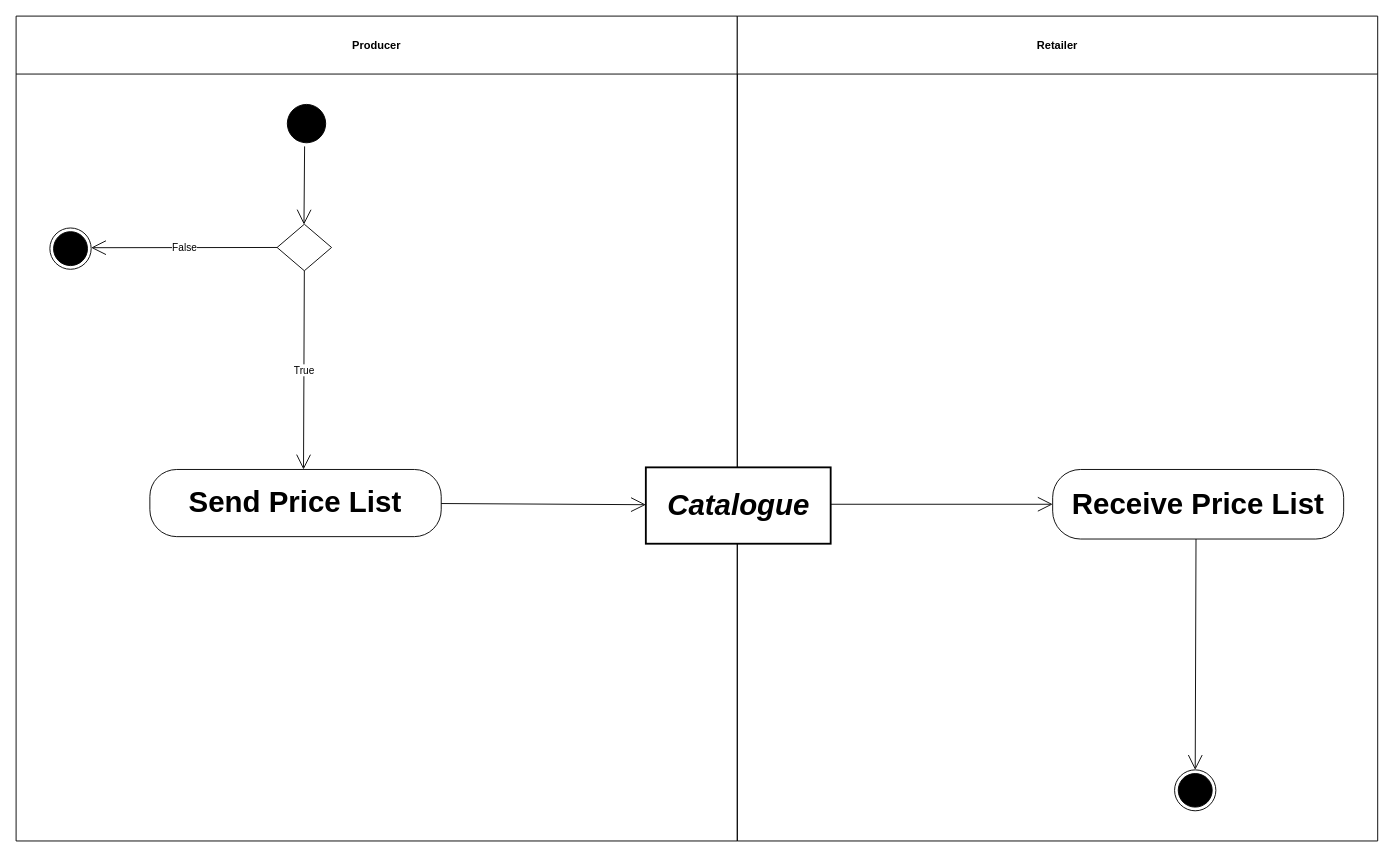
The draw.io diagram diagrams/UBL-2.2-VMI-PriceAdjustment/UBL-2.2-VMI-PriceAdjustment.drawio in kduvekot/ubl-work-on-svg-images, before the edit. Source tidied: cells renumbered, new cells numbered last; positions are measured from the earlier drawing's top-left corner, leaving out a move shared by most shapes. Both pictures are drawn from the tidied source at 92%, with x=0, y=0 at pixel (16, 16).
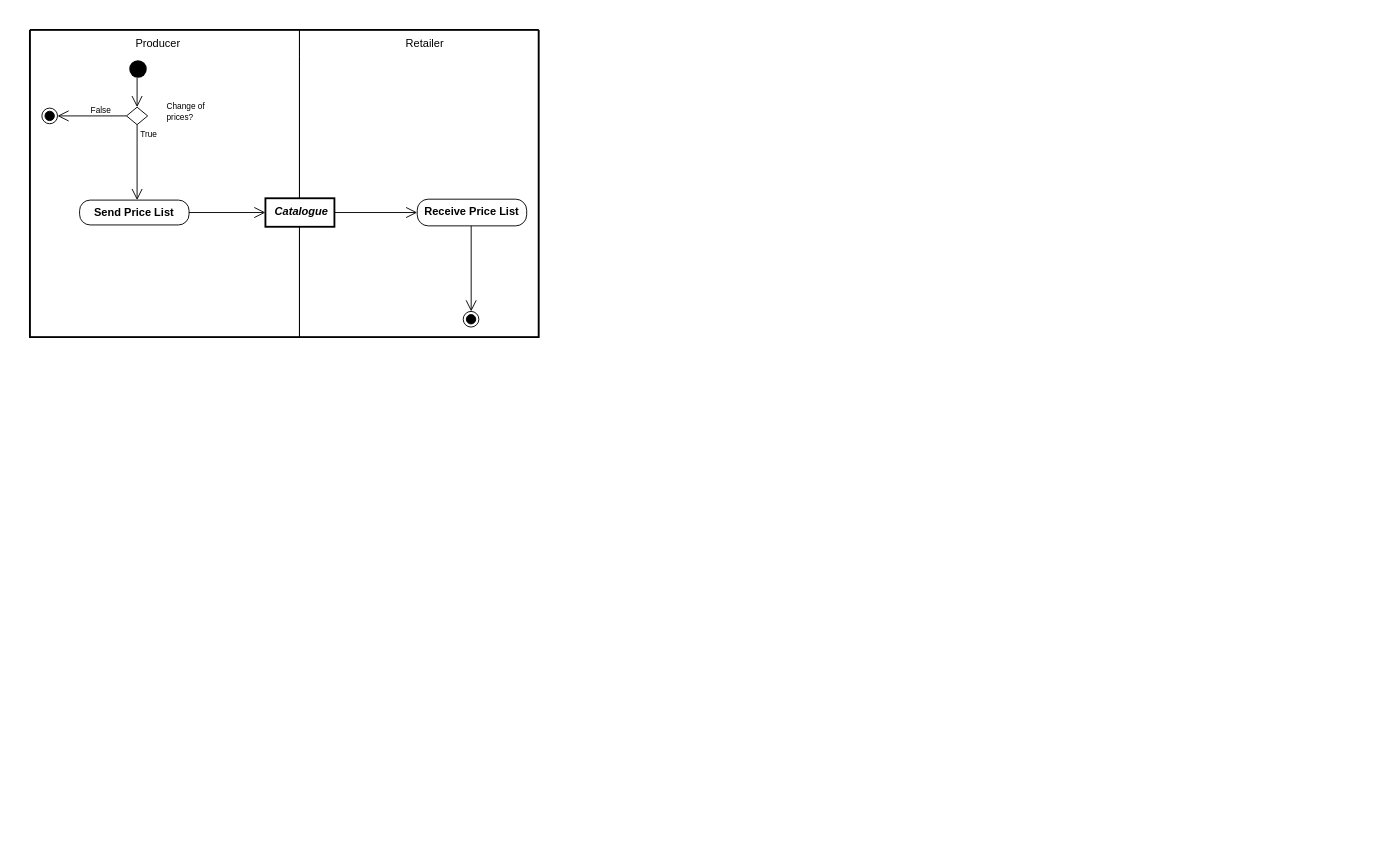
The same page after the edit.

What changed in the source:
```diff
@@
 <mxGraphModel>
   <root>
     <mxCell id="0" />
     <mxCell id="1" parent="0" />
+    <mxCell id="17" style="swimlane;html=1;startSize=0;whiteSpace=wrap;fillColor=none;strokeWidth=2;" parent="1" vertex="1">
+      <mxGeometry x="15" y="15" width="553" height="334" as="geometry" />
+    </mxCell>
-    <mxCell id="2" value="Producer" style="swimlane;whiteSpace=wrap;html=1;startSize=63;" parent="1" vertex="1">
-      <mxGeometry width="783.9" height="896.6" as="geometry" />
+    <mxCell id="2" value="Producer" style="swimlane;horizontal=1;startSize=29;swimlaneLine=0;html=1;fillColor=none;fontSize=12;fontStyle=0;spacing=0;spacingRight=16;" parent="17" vertex="1">
+      <mxGeometry width="293" height="334" as="geometry" />
     </mxCell>
-    <mxCell id="3" value="Retailer" style="swimlane;whiteSpace=wrap;html=1;startSize=63;" parent="1" vertex="1">
-      <mxGeometry x="783.9" width="696.1" height="896.6" as="geometry" />
+    <mxCell id="3" value="Retailer" style="swimlane;horizontal=1;startSize=29;swimlaneLine=0;html=1;fillColor=none;fontSize=12;fontStyle=0;spacing=0;spacingLeft=11;" parent="17" vertex="1">
+      <mxGeometry x="293" width="260" height="334" as="geometry" />
     </mxCell>
-    <mxCell id="4" style="ellipse;html=1;shape=startState;fillColor=#000000;strokeColor=#000000;fontFamily=Helvetica;fontSize=32;" parent="1" vertex="1">
-      <mxGeometry x="290.8" y="92" width="49.7" height="49.7" as="geometry" />
+    <mxCell id="4" style="ellipse;shape=startState;fillColor=#000000;strokeColor=none;html=1;" parent="2" vertex="1">
+      <mxGeometry x="104" y="29" width="27" height="27" as="geometry" />
     </mxCell>
-    <mxCell id="5" style="rhombus;whiteSpace=wrap;html=1;fontFamily=Helvetica;fontSize=32;" parent="1" vertex="1">
-      <mxGeometry x="283.7" y="226.2" width="59.2" height="50.6" as="geometry" />
+    <mxCell id="5" value="Change of&lt;br&gt;prices?" style="rhombus;html=1;whiteSpace=nowrap;fontSize=9;fontStyle=0;align=left;verticalAlign=middle;spacing=0;spacingLeft=44;spacingBottom=9;" parent="2" vertex="1">
+      <mxGeometry x="105" y="84" width="23" height="19" as="geometry" />
     </mxCell>
-    <mxCell id="6" style="ellipse;html=1;shape=endState;fillColor=#000000;strokeColor=#000000;fontFamily=Helvetica;fontSize=32;" parent="1" vertex="1">
-      <mxGeometry x="36.7" y="230.3" width="44.9" height="44.9" as="geometry" />
+    <mxCell id="6" style="ellipse;shape=endState;fillColor=#000000;html=1;" parent="2" vertex="1">
+      <mxGeometry x="13" y="85" width="17" height="17" as="geometry" />
     </mxCell>
-    <mxCell id="7" value="Catalogue" style="rounded=0;whiteSpace=wrap;html=1;fontStyle=3;strokeWidth=2;fontFamily=Helvetica;fontSize=32;" parent="1" vertex="1">
-      <mxGeometry x="684.5" y="490.5" width="200.9" height="83" as="geometry" />
+    <mxCell id="7" value="Catalogue" style="rounded=0;html=1;whiteSpace=nowrap;fontSize=12;fontStyle=3;align=center;verticalAlign=middle;spacing=0;spacingLeft=3;spacingBottom=2;strokeWidth=2;" parent="3" vertex="1">
+      <mxGeometry x="-37" y="183" width="75" height="31" as="geometry" />
     </mxCell>
-    <mxCell id="8" value="Send Price List" style="rounded=1;arcSize=40;whiteSpace=wrap;html=1;fontStyle=1;fontFamily=Helvetica;fontSize=32;" parent="1" vertex="1">
-      <mxGeometry x="145.4" y="492.8" width="316.7" height="73" as="geometry" />
+    <mxCell id="8" value="Send Price List" style="rounded=1;absoluteArcSize=1;arcSize=23;html=1;whiteSpace=nowrap;fontSize=12;fontStyle=1;align=center;verticalAlign=middle;spacing=0;spacingRight=2;" parent="2" vertex="1">
+      <mxGeometry x="54" y="185" width="119" height="27" as="geometry" />
     </mxCell>
-    <mxCell id="9" value="Receive Price List" style="rounded=1;arcSize=40;whiteSpace=wrap;html=1;fontStyle=1;fontFamily=Helvetica;fontSize=32;" parent="1" vertex="1">
-      <mxGeometry x="1126.7" y="492.8" width="316.3" height="75.6" as="geometry" />
+    <mxCell id="9" value="Receive Price List" style="rounded=1;absoluteArcSize=1;arcSize=24;html=1;whiteSpace=nowrap;fontSize=12;fontStyle=1;align=center;verticalAlign=middle;spacing=0;spacingRight=1;spacingBottom=1;" parent="3" vertex="1">
+      <mxGeometry x="128" y="184" width="119" height="29" as="geometry" />
     </mxCell>
-    <mxCell id="10" style="ellipse;html=1;shape=endState;fillColor=#000000;strokeColor=#000000;fontFamily=Helvetica;fontSize=32;" parent="1" vertex="1">
-      <mxGeometry x="1259.2" y="819.3" width="44.9" height="44.5" as="geometry" />
+    <mxCell id="10" style="ellipse;shape=endState;fillColor=#000000;html=1;" parent="3" vertex="1">
+      <mxGeometry x="178" y="306" width="17" height="17" as="geometry" />
     </mxCell>
-    <mxCell id="11" style="edgeStyle=none;rounded=0;html=1;endArrow=open;endFill=0;endSize=14;exitX=0.4527;exitY=1.0;entryX=0.4932;entryY=0.0;" parent="1" edge="1" source="4" target="5">
+    <mxCell id="11" style="edgeStyle=none;rounded=0;html=1;endArrow=open;endFill=0;endSize=10;exitPerimeter=0;entryX=0.5;entryY=0;entryPerimeter=0;exitX=0.462963;exitY=0.8496;" parent="2" edge="1" source="4" target="5">
       <mxGeometry relative="1" as="geometry" />
     </mxCell>
-    <mxCell id="12" value="False" style="edgeStyle=none;rounded=0;html=1;endArrow=open;endFill=0;endSize=14;exitX=0.0;exitY=0.5;entryX=1.0;entryY=0.4722;" parent="1" edge="1" source="5" target="6">
-      <mxGeometry relative="1" as="geometry" />
+    <mxCell id="12" value="False" style="edgeStyle=none;rounded=0;html=1;endArrow=open;endFill=0;endSize=10;exitX=0;exitY=0.5;exitPerimeter=0;entryPerimeter=0;fontSize=9;fontStyle=0;align=center;verticalAlign=middle;labelBackgroundColor=none;entryX=1;entryY=0.5;" parent="2" edge="1" source="5" target="6">
+      <mxGeometry x="-0.25" relative="1" as="geometry">
+        <mxPoint y="-6" as="offset" />
+      </mxGeometry>
     </mxCell>
-    <mxCell id="13" value="True" style="edgeStyle=none;rounded=0;html=1;endArrow=open;endFill=0;endSize=14;exitX=0.5;exitY=1.0;entryX=0.5273;entryY=0.0;" parent="1" edge="1" source="5" target="8">
-      <mxGeometry relative="1" as="geometry" />
+    <mxCell id="13" value="True" style="edgeStyle=none;rounded=0;html=1;endArrow=open;endFill=0;endSize=10;exitX=0.5;exitY=1;exitPerimeter=0;entryPerimeter=0;fontSize=9;fontStyle=0;align=center;verticalAlign=middle;labelBackgroundColor=none;entryX=0.52521;entryY=0;" parent="2" edge="1" source="5" target="8">
+      <mxGeometry x="-0.72" relative="1" as="geometry">
+        <mxPoint x="13" as="offset" />
+      </mxGeometry>
     </mxCell>
-    <mxCell id="14" style="edgeStyle=none;rounded=0;html=1;endArrow=open;endFill=0;endSize=14;exitX=1.0;exitY=0.5068;entryX=0.0;entryY=0.4892;" parent="1" edge="1" source="8" target="7">
+    <mxCell id="14" style="edgeStyle=none;rounded=0;html=1;endArrow=open;endFill=0;endSize=10;exitX=1;exitY=0.5;exitPerimeter=0;entryX=0;entryY=0.5;entryPerimeter=0;" parent="17" edge="1" source="8" target="7">
       <mxGeometry relative="1" as="geometry" />
     </mxCell>
-    <mxCell id="15" style="edgeStyle=none;rounded=0;html=1;endArrow=open;endFill=0;endSize=14;exitX=1.0;exitY=0.4831;entryX=0.0;entryY=0.5;" parent="1" edge="1" source="7" target="9">
+    <mxCell id="15" style="edgeStyle=none;rounded=0;html=1;endArrow=open;endFill=0;endSize=10;exitX=1;exitY=0.5;exitPerimeter=0;entryX=0;entryY=0.5;entryPerimeter=0;" parent="3" edge="1" source="7" target="9">
       <mxGeometry relative="1" as="geometry" />
     </mxCell>
-    <mxCell id="16" style="edgeStyle=none;rounded=0;html=1;endArrow=open;endFill=0;endSize=14;exitX=0.4926;exitY=1.0;entryX=0.51;entryY=0.0;" parent="1" edge="1" source="9" target="10">
+    <mxCell id="16" style="edgeStyle=none;rounded=0;html=1;endArrow=open;endFill=0;endSize=10;exitPerimeter=0;entryX=0.5089;entryY=0;entryPerimeter=0;exitX=0.492868;exitY=1;" parent="3" edge="1" source="9" target="10">
       <mxGeometry relative="1" as="geometry" />
     </mxCell>
   </root>
 </mxGraphModel>
```
